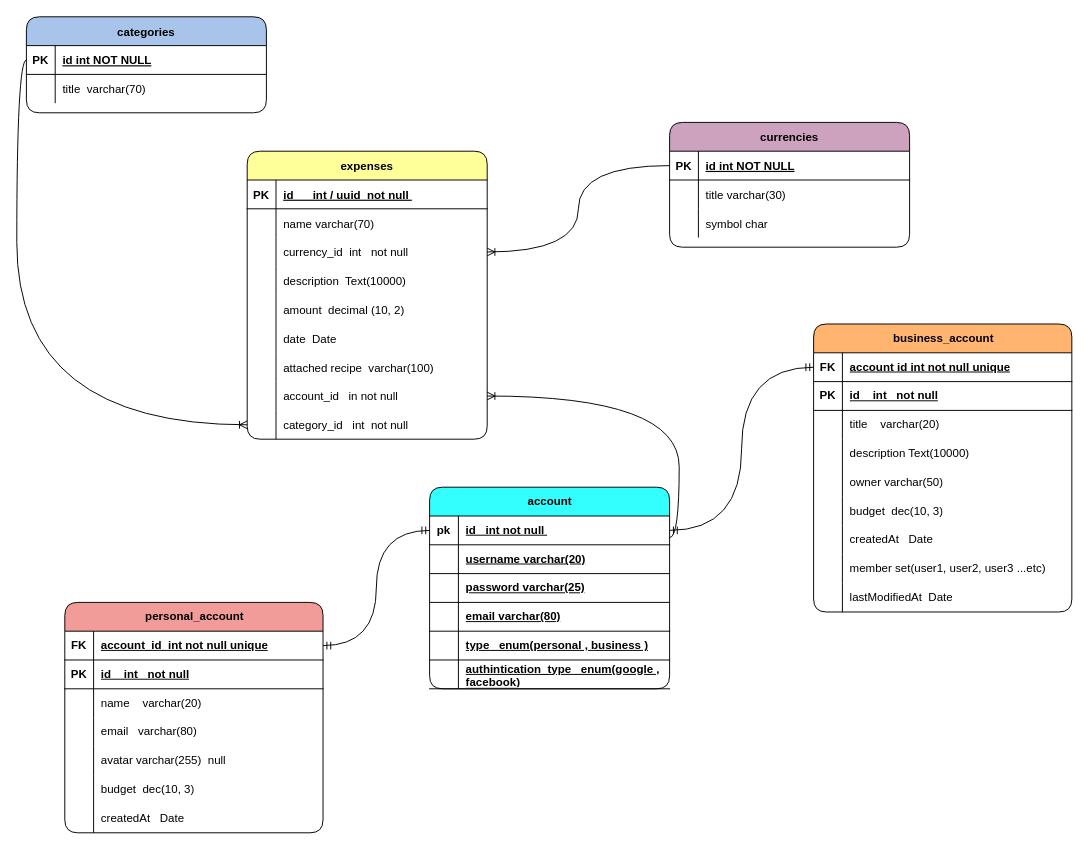
aya-soghayyer/expense-tracker keeps this draw.io diagram as Untitled Diagram.drawio. Above is the earlier version. Source tidied: cells renumbered, new cells numbered last; positions are measured from the earlier drawing's top-left corner, leaving out a move shared by most shapes. Both pictures are drawn from the tidied source at 96%, with x=0, y=0 at pixel (26, 16).
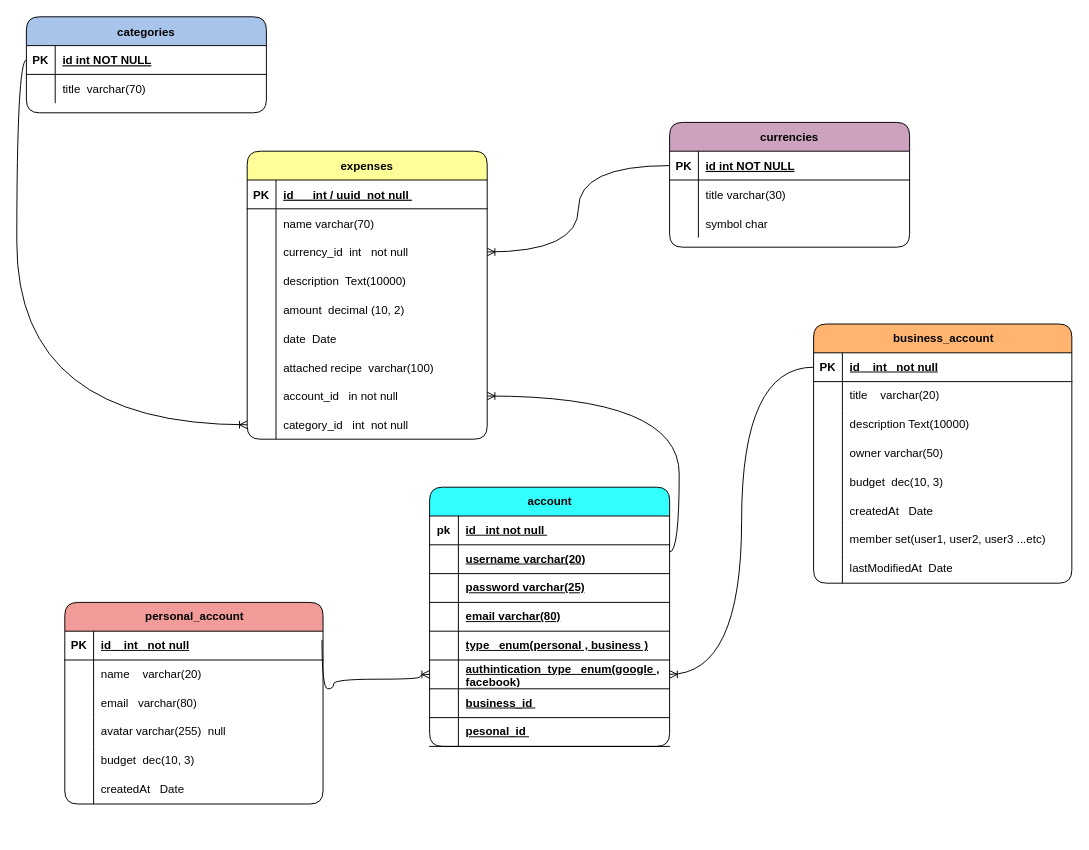
The same diagram, later.

Unchanged cells that the change refers to:
```xml
<mxCell id="98" style="shape=tableRow;horizontal=0;startSize=0;swimlaneHead=0;swimlaneBody=0;fillColor=none;points=[[0,0.5],[1,0.5]];portConstraint=eastwest;top=0;left=0;right=0;bottom=1;rounded=1;" parent="97" vertex="1">
  <mxGeometry y="30" width="250" height="30" as="geometry" />
</mxCell>
<mxCell id="113" style="shape=tableRow;horizontal=0;startSize=0;swimlaneHead=0;swimlaneBody=0;fillColor=none;points=[[0,0.5],[1,0.5]];portConstraint=eastwest;top=0;left=0;right=0;bottom=1;rounded=1;" parent="97" vertex="1">
  <mxGeometry y="180" width="250" height="30" as="geometry" />
</mxCell>
```

Diff of the diagram source:
```diff
@@
     <mxCell id="47" value="personal_account " style="shape=table;startSize=30;childLayout=tableLayout;rowLines=0;fontStyle=1;align=center;html=1;fillColor=#F19C99;rounded=1;" parent="1" vertex="1">
-      <mxGeometry x="40" y="610" width="269" height="240" as="geometry" />
+      <mxGeometry x="40" y="610" width="269" height="210" as="geometry" />
     </mxCell>
-    <mxCell id="48" style="shape=tableRow;horizontal=0;startSize=0;swimlaneHead=0;swimlaneBody=0;fillColor=none;points=[[0,0.5],[1,0.5]];portConstraint=eastwest;top=0;left=0;right=0;bottom=1;rounded=1;" parent="47" vertex="1">
-      <mxGeometry y="30" width="269" height="30" as="geometry" />
-    </mxCell>
-    <mxCell id="49" value="FK" style="shape=partialRectangle;fillColor=none;top=0;left=0;bottom=0;right=0;fontStyle=1;overflow=hidden;whiteSpace=wrap;html=1;rounded=1;" parent="48" vertex="1">
-      <mxGeometry width="30" height="30" as="geometry" />
-    </mxCell>
-    <mxCell id="50" value="account_id&amp;nbsp; int not null unique" style="shape=partialRectangle;fillColor=none;top=0;left=0;bottom=0;right=0;align=left;spacingLeft=6;fontStyle=5;overflow=hidden;whiteSpace=wrap;html=1;rounded=1;" parent="48" vertex="1">
-      <mxGeometry x="30" width="239" height="30" as="geometry" />
-    </mxCell>
     <mxCell id="51" style="shape=tableRow;horizontal=0;startSize=0;swimlaneHead=0;swimlaneBody=0;fillColor=none;points=[[0,0.5],[1,0.5]];portConstraint=eastwest;top=0;left=0;right=0;bottom=1;rounded=1;" parent="47" vertex="1">
-      <mxGeometry y="60" width="269" height="30" as="geometry" />
+      <mxGeometry y="30" width="269" height="30" as="geometry" />
     </mxCell>
@@
     <mxCell id="54" style="shape=tableRow;horizontal=0;startSize=0;swimlaneHead=0;swimlaneBody=0;fillColor=none;top=0;left=0;right=0;bottom=0;rounded=1;" parent="47" vertex="1">
-      <mxGeometry y="90" width="269" height="30" as="geometry" />
+      <mxGeometry y="60" width="269" height="30" as="geometry" />
     </mxCell>
@@
     <mxCell id="57" style="shape=tableRow;horizontal=0;startSize=0;swimlaneHead=0;swimlaneBody=0;fillColor=none;top=0;left=0;right=0;bottom=0;rounded=1;" parent="47" vertex="1">
-      <mxGeometry y="120" width="269" height="30" as="geometry" />
+      <mxGeometry y="90" width="269" height="30" as="geometry" />
     </mxCell>
@@
     <mxCell id="60" style="shape=tableRow;horizontal=0;startSize=0;swimlaneHead=0;swimlaneBody=0;fillColor=none;top=0;left=0;right=0;bottom=0;rounded=1;" parent="47" vertex="1">
-      <mxGeometry y="150" width="269" height="30" as="geometry" />
+      <mxGeometry y="120" width="269" height="30" as="geometry" />
     </mxCell>
@@
     <mxCell id="63" style="shape=tableRow;horizontal=0;startSize=0;swimlaneHead=0;swimlaneBody=0;fillColor=none;top=0;left=0;right=0;bottom=0;rounded=1;" parent="47" vertex="1">
-      <mxGeometry y="180" width="269" height="30" as="geometry" />
+      <mxGeometry y="150" width="269" height="30" as="geometry" />
     </mxCell>
@@
     <mxCell id="66" style="shape=tableRow;horizontal=0;startSize=0;swimlaneHead=0;swimlaneBody=0;fillColor=none;top=0;left=0;right=0;bottom=0;rounded=1;" parent="47" vertex="1">
-      <mxGeometry y="210" width="269" height="30" as="geometry" />
+      <mxGeometry y="180" width="269" height="30" as="geometry" />
     </mxCell>
@@
     <mxCell id="69" value="business_account " style="shape=table;startSize=30;childLayout=tableLayout;rowLines=0;fontStyle=1;align=center;html=1;fillColor=#FFB570;rounded=1;" parent="1" vertex="1">
-      <mxGeometry x="820" y="320" width="269" height="300" as="geometry" />
+      <mxGeometry x="820" y="320" width="269" height="270" as="geometry" />
     </mxCell>
-    <mxCell id="70" style="shape=tableRow;horizontal=0;startSize=0;swimlaneHead=0;swimlaneBody=0;fillColor=none;points=[[0,0.5],[1,0.5]];portConstraint=eastwest;top=0;left=0;right=0;bottom=1;rounded=1;" parent="69" vertex="1">
-      <mxGeometry y="30" width="269" height="30" as="geometry" />
-    </mxCell>
-    <mxCell id="71" value="FK" style="shape=partialRectangle;fillColor=none;top=0;left=0;bottom=0;right=0;fontStyle=1;overflow=hidden;whiteSpace=wrap;html=1;rounded=1;" parent="70" vertex="1">
-      <mxGeometry width="30" height="30" as="geometry" />
-    </mxCell>
-    <mxCell id="72" value="account id int not null unique" style="shape=partialRectangle;fillColor=none;top=0;left=0;bottom=0;right=0;align=left;spacingLeft=6;fontStyle=5;overflow=hidden;whiteSpace=wrap;html=1;rounded=1;" parent="70" vertex="1">
-      <mxGeometry x="30" width="239" height="30" as="geometry" />
-    </mxCell>
     <mxCell id="73" style="shape=tableRow;horizontal=0;startSize=0;swimlaneHead=0;swimlaneBody=0;fillColor=none;points=[[0,0.5],[1,0.5]];portConstraint=eastwest;top=0;left=0;right=0;bottom=1;rounded=1;" parent="69" vertex="1">
-      <mxGeometry y="60" width="269" height="30" as="geometry" />
+      <mxGeometry y="30" width="269" height="30" as="geometry" />
     </mxCell>
@@
     <mxCell id="76" style="shape=tableRow;horizontal=0;startSize=0;swimlaneHead=0;swimlaneBody=0;fillColor=none;top=0;left=0;right=0;bottom=0;rounded=1;" parent="69" vertex="1">
-      <mxGeometry y="90" width="269" height="30" as="geometry" />
+      <mxGeometry y="60" width="269" height="30" as="geometry" />
     </mxCell>
@@
     <mxCell id="79" style="shape=tableRow;horizontal=0;startSize=0;swimlaneHead=0;swimlaneBody=0;fillColor=none;top=0;left=0;right=0;bottom=0;rounded=1;" parent="69" vertex="1">
-      <mxGeometry y="120" width="269" height="30" as="geometry" />
+      <mxGeometry y="90" width="269" height="30" as="geometry" />
     </mxCell>
@@
     <mxCell id="82" style="shape=tableRow;horizontal=0;startSize=0;swimlaneHead=0;swimlaneBody=0;fillColor=none;top=0;left=0;right=0;bottom=0;rounded=1;" parent="69" vertex="1">
-      <mxGeometry y="150" width="269" height="30" as="geometry" />
+      <mxGeometry y="120" width="269" height="30" as="geometry" />
     </mxCell>
@@
     <mxCell id="85" style="shape=tableRow;horizontal=0;startSize=0;swimlaneHead=0;swimlaneBody=0;fillColor=none;top=0;left=0;right=0;bottom=0;rounded=1;" parent="69" vertex="1">
-      <mxGeometry y="180" width="269" height="30" as="geometry" />
+      <mxGeometry y="150" width="269" height="30" as="geometry" />
     </mxCell>
@@
     <mxCell id="88" style="shape=tableRow;horizontal=0;startSize=0;swimlaneHead=0;swimlaneBody=0;fillColor=none;top=0;left=0;right=0;bottom=0;rounded=1;" parent="69" vertex="1">
-      <mxGeometry y="210" width="269" height="30" as="geometry" />
+      <mxGeometry y="180" width="269" height="30" as="geometry" />
     </mxCell>
@@
     <mxCell id="91" style="shape=tableRow;horizontal=0;startSize=0;swimlaneHead=0;swimlaneBody=0;fillColor=none;top=0;left=0;right=0;bottom=0;rounded=1;" parent="69" vertex="1">
-      <mxGeometry y="240" width="269" height="30" as="geometry" />
+      <mxGeometry y="210" width="269" height="30" as="geometry" />
     </mxCell>
@@
     <mxCell id="94" style="shape=tableRow;horizontal=0;startSize=0;swimlaneHead=0;swimlaneBody=0;fillColor=none;top=0;left=0;right=0;bottom=0;rounded=1;" parent="69" vertex="1">
-      <mxGeometry y="270" width="269" height="30" as="geometry" />
+      <mxGeometry y="240" width="269" height="30" as="geometry" />
     </mxCell>
@@
     <mxCell id="97" value="account" style="shape=table;startSize=30;childLayout=tableLayout;rowLines=0;fontStyle=1;align=center;html=1;fillColor=#33FFFF;rounded=1;" parent="1" vertex="1">
-      <mxGeometry x="420" y="490" width="250" height="210" as="geometry" />
+      <mxGeometry x="420" y="490" width="250" height="270" as="geometry" />
     </mxCell>
@@
+    <mxCell id="121" style="shape=tableRow;horizontal=0;startSize=0;swimlaneHead=0;swimlaneBody=0;fillColor=none;top=0;left=0;right=0;bottom=1;rounded=1;" parent="97" vertex="1">
+      <mxGeometry y="210" width="250" height="30" as="geometry" />
+    </mxCell>
+    <mxCell id="122" style="shape=partialRectangle;fillColor=none;top=0;left=0;bottom=0;right=0;fontStyle=1;overflow=hidden;whiteSpace=wrap;html=1;rounded=1;" parent="121" vertex="1">
+      <mxGeometry width="30" height="30" as="geometry" />
+    </mxCell>
+    <mxCell id="123" value="business_id&amp;nbsp;" style="shape=partialRectangle;fillColor=none;top=0;left=0;bottom=0;right=0;align=left;spacingLeft=6;fontStyle=5;overflow=hidden;whiteSpace=wrap;html=1;rounded=1;" parent="121" vertex="1">
+      <mxGeometry x="30" width="220" height="30" as="geometry" />
+    </mxCell>
+    <mxCell id="124" style="shape=tableRow;horizontal=0;startSize=0;swimlaneHead=0;swimlaneBody=0;fillColor=none;top=0;left=0;right=0;bottom=1;rounded=1;" parent="97" vertex="1">
+      <mxGeometry y="240" width="250" height="30" as="geometry" />
+    </mxCell>
+    <mxCell id="125" style="shape=partialRectangle;fillColor=none;top=0;left=0;bottom=0;right=0;fontStyle=1;overflow=hidden;whiteSpace=wrap;html=1;rounded=1;" parent="124" vertex="1">
+      <mxGeometry width="30" height="30" as="geometry" />
+    </mxCell>
+    <mxCell id="126" value="pesonal_id&amp;nbsp;" style="shape=partialRectangle;fillColor=none;top=0;left=0;bottom=0;right=0;align=left;spacingLeft=6;fontStyle=5;overflow=hidden;whiteSpace=wrap;html=1;rounded=1;" parent="124" vertex="1">
+      <mxGeometry x="30" width="220" height="30" as="geometry" />
+    </mxCell>
@@
-    <mxCell id="118" style="edgeStyle=orthogonalEdgeStyle;fontSize=12;html=1;endArrow=ERmandOne;startArrow=ERmandOne;rounded=0;entryX=0;entryY=0.5;entryDx=0;entryDy=0;exitX=1;exitY=0.5;exitDx=0;exitDy=0;curved=1;" parent="1" edge="1" source="98" target="70">
-      <mxGeometry relative="1" as="geometry" />
-    </mxCell>
-    <mxCell id="119" style="edgeStyle=orthogonalEdgeStyle;fontSize=12;html=1;endArrow=ERmandOne;startArrow=ERmandOne;rounded=0;entryX=0;entryY=0.5;entryDx=0;entryDy=0;exitX=1;exitY=0.5;exitDx=0;exitDy=0;curved=1;" parent="1" edge="1" source="48" target="98">
-      <mxGeometry relative="1" as="geometry" />
-    </mxCell>
@@
+    <mxCell id="127" style="fontSize=12;html=1;endArrow=ERoneToMany;rounded=1;exitX=0;exitY=0.5;exitDx=0;exitDy=0;edgeStyle=orthogonalEdgeStyle;curved=1;entryX=1;entryY=0.5;entryDx=0;entryDy=0;" parent="1" edge="1" source="73" target="113">
+      <mxGeometry relative="1" as="geometry" />
+    </mxCell>
+    <mxCell id="128" style="fontSize=12;html=1;endArrow=ERoneToMany;rounded=1;exitX=0.996;exitY=0.3;exitDx=0;exitDy=0;edgeStyle=orthogonalEdgeStyle;curved=1;entryX=0;entryY=0.5;entryDx=0;entryDy=0;exitPerimeter=0;" parent="1" edge="1" source="51" target="113">
+      <mxGeometry relative="1" as="geometry">
+        <Array as="points">
+          <mxPoint x="308" y="700" />
+          <mxPoint x="320" y="700" />
+          <mxPoint x="320" y="690" />
+          <mxPoint x="410" y="690" />
+          <mxPoint x="410" y="685" />
+        </Array>
+      </mxGeometry>
+    </mxCell>
```
